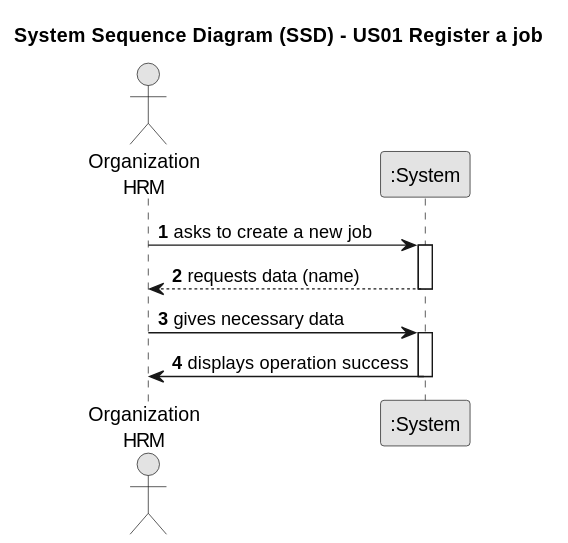
Before: docs/sprintA/us02/01.requirements-engineering/svg/us002-system-sequence-diagram.svg, a diagram exported from PlantUML (Departamento-de-Engenharia-Informatica/lei-24-s2-1db-g022).
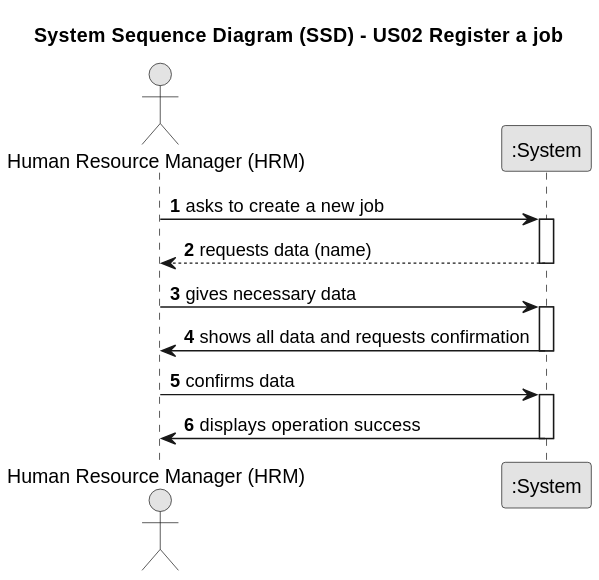
The same diagram one commit later.

Commit message:
Rectification of the US02 sequence diagram and its documentation

Diff of the diagram source:
```diff
@@ -3,11 +3,11 @@
 skinparam packageStyle rectangle
 skinparam shadowing false
 
-title System Sequence Diagram (SSD) - US01 Register a job
+title System Sequence Diagram (SSD) - US02 Register a job
 
 autonumber
 
-actor "Organization\nHRM" as HRM
+actor "Human Resource Manager (HRM)" as HRM
 participant ":System" as System
 
     HRM -> System : asks to create a new job
@@ -19,6 +19,12 @@
     HRM -> System : gives necessary data
     activate System
 
+    System -> HRM : shows all data and requests confirmation
+    deactivate System
+
+    HRM -> System : confirms data
+    activate System
+
     System -> HRM : displays operation success
     deactivate System
 @enduml
```
